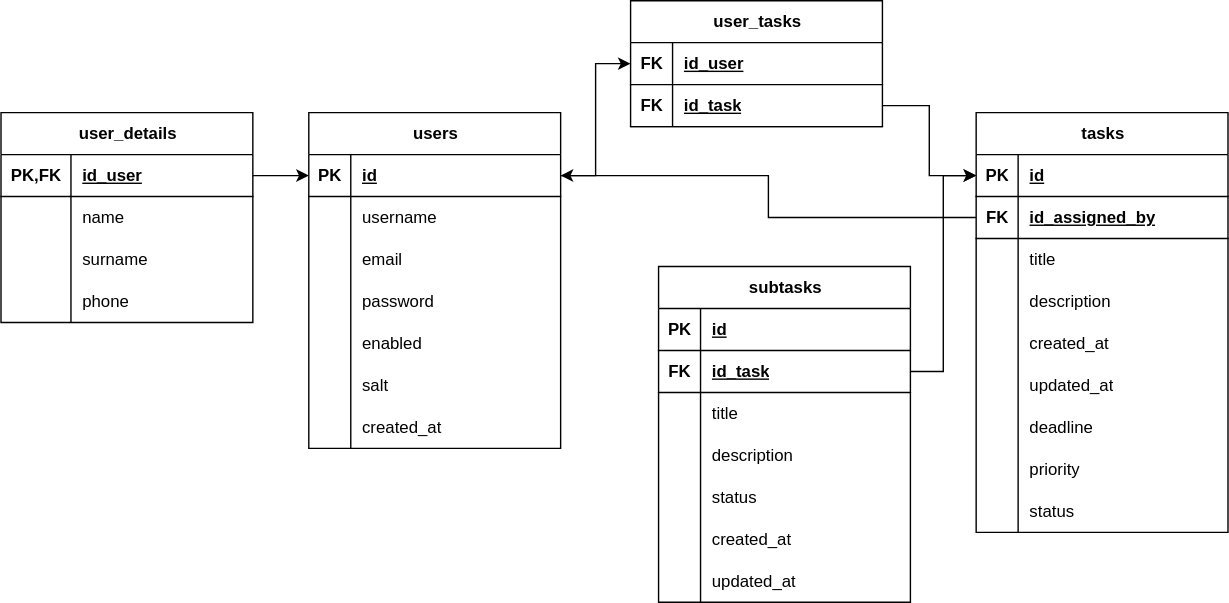
Earlier version of the draw.io export docs/dbERD.drawio.svg (bankalina/TaskTracker). Source tidied: cells renumbered, new cells last; positions are measured from the earlier drawing's top-left corner, leaving out a move shared by most shapes.
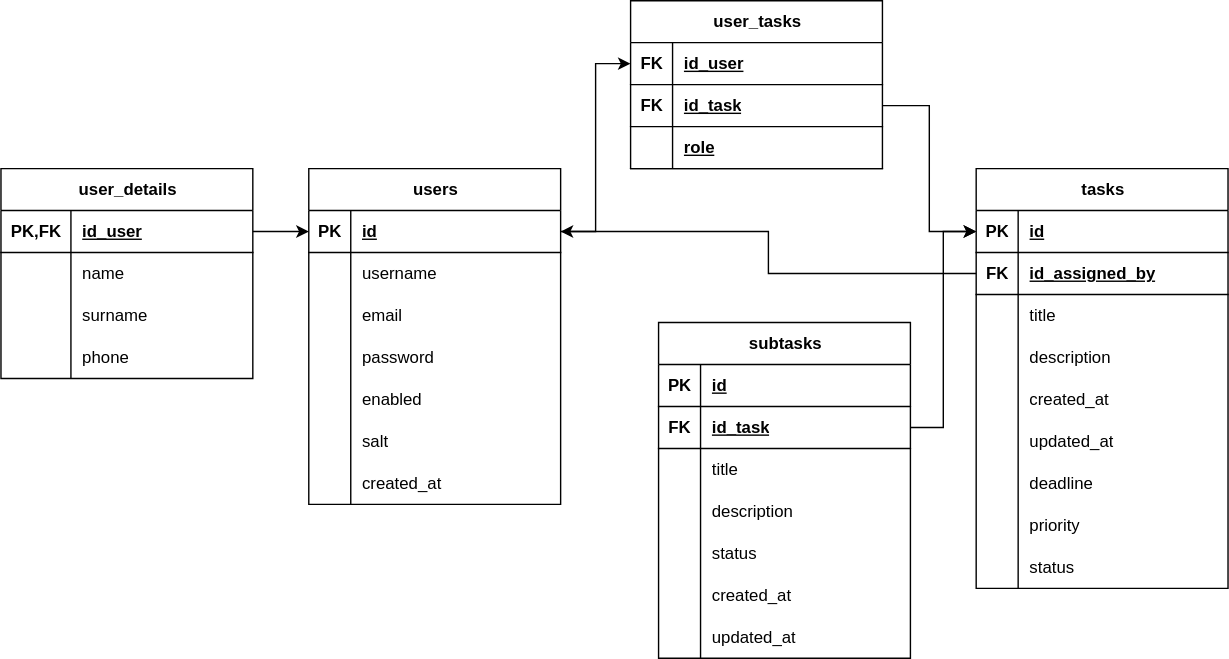
After the change.

Commit message:
Update ERD Diagram

Diff of the diagram source:
```diff
@@ -192,7 +192,7 @@
       <mxGeometry x="30" width="150" height="30" as="geometry" />
     </mxCell>
     <mxCell id="65" value="user_tasks" style="shape=table;startSize=30;rowLines=0;fontStyle=1;align=center;html=1;" parent="1" vertex="1">
-      <mxGeometry x="450" width="180" height="90" as="geometry" />
+      <mxGeometry x="450" y="-40" width="180" height="120" as="geometry" />
     </mxCell>
     <mxCell id="66" style="shape=tableRow;horizontal=0;startSize=0;swimlaneHead=0;swimlaneBody=0;fillColor=none;points=[[0,0.5],[1,0.5]];portConstraint=eastwest;top=0;left=0;right=0;bottom=1;" parent="65" vertex="1">
       <mxGeometry y="30" width="180" height="30" as="geometry" />
@@ -212,6 +212,15 @@
     <mxCell id="71" value="id_task" style="shape=partialRectangle;fillColor=none;top=0;left=0;bottom=0;right=0;align=left;spacingLeft=6;fontStyle=5;overflow=hidden;whiteSpace=wrap;html=1;" parent="69" vertex="1">
       <mxGeometry x="30" width="150" height="30" as="geometry" />
     </mxCell>
+    <mxCell id="99" style="shape=tableRow;horizontal=0;startSize=0;swimlaneHead=0;swimlaneBody=0;fillColor=none;top=0;left=0;right=0;bottom=1;" parent="65" vertex="1">
+      <mxGeometry y="90" width="180" height="30" as="geometry" />
+    </mxCell>
+    <mxCell id="100" style="shape=partialRectangle;fillColor=none;top=0;left=0;bottom=0;right=0;fontStyle=1;overflow=hidden;whiteSpace=wrap;html=1;" parent="99" vertex="1">
+      <mxGeometry width="30" height="30" as="geometry" />
+    </mxCell>
+    <mxCell id="101" value="role" style="shape=partialRectangle;fillColor=none;top=0;left=0;bottom=0;right=0;align=left;spacingLeft=6;fontStyle=5;overflow=hidden;whiteSpace=wrap;html=1;" parent="99" vertex="1">
+      <mxGeometry x="30" width="150" height="30" as="geometry" />
+    </mxCell>
     <mxCell id="72" style="edgeStyle=orthogonalEdgeStyle;rounded=0;jettySize=auto;html=1;" parent="1" edge="1" source="3" target="66">
       <mxGeometry relative="1" as="geometry" />
     </mxCell>
```
